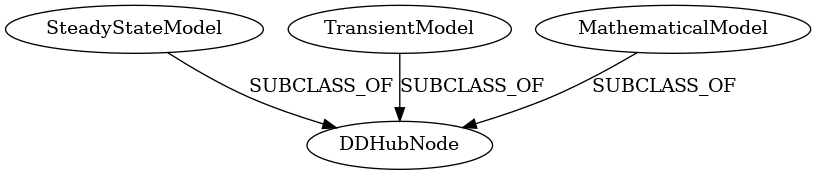
D-WIS/DDHub-Semantic-Interoperability keeps this Graphviz diagram as docs/vocabulary_development/diagrams/generated/Model.png. Above is the earlier version. Its source is kept beside it as docs/vocabulary_development/dotfiles/Model.dot. The source it was exported from:
```dot
strict digraph  {
DDHubNode;
SteadyStateModel;
TransientModel;
MathematicalModel;
SteadyStateModel -> DDHubNode  [label=SUBCLASS_OF];
TransientModel -> DDHubNode  [label=SUBCLASS_OF];
MathematicalModel -> DDHubNode  [label=SUBCLASS_OF];
}
```
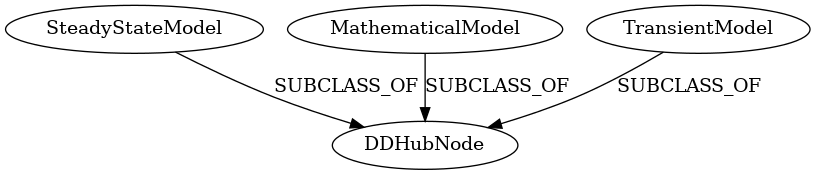
Above is the later version.

The edit, as a diff of the source:
```diff
@@ -1,9 +1,9 @@
 strict digraph  {
+SteadyStateModel;
 DDHubNode;
-SteadyStateModel;
+MathematicalModel;
 TransientModel;
-MathematicalModel;
 SteadyStateModel -> DDHubNode  [label=SUBCLASS_OF];
+MathematicalModel -> DDHubNode  [label=SUBCLASS_OF];
 TransientModel -> DDHubNode  [label=SUBCLASS_OF];
-MathematicalModel -> DDHubNode  [label=SUBCLASS_OF];
 }
```
